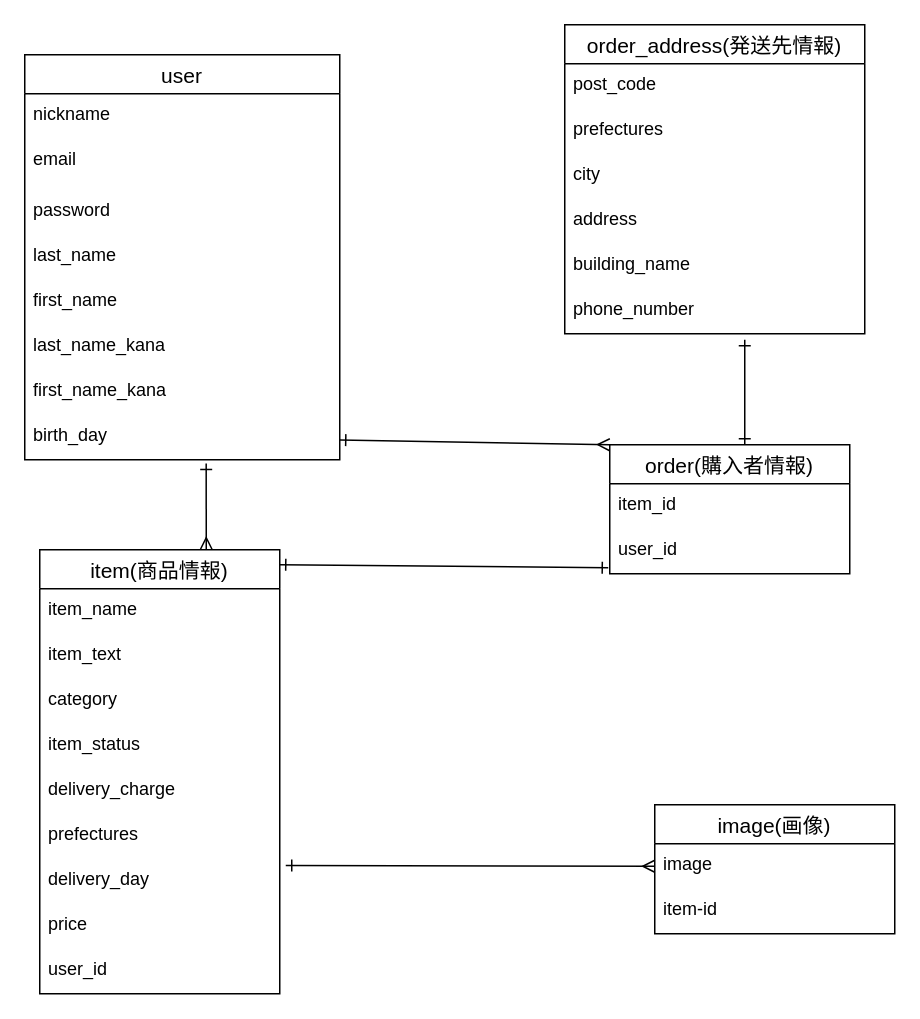
Before: furima.dio in roast000/furima-38246, a draw.io diagram. Source tidied: cells renumbered, new cells numbered last; positions are measured from the earlier drawing's top-left corner, leaving out a move shared by most shapes. Both pictures are drawn from the tidied source at 150%, with x=0, y=0 at pixel (24, 24).
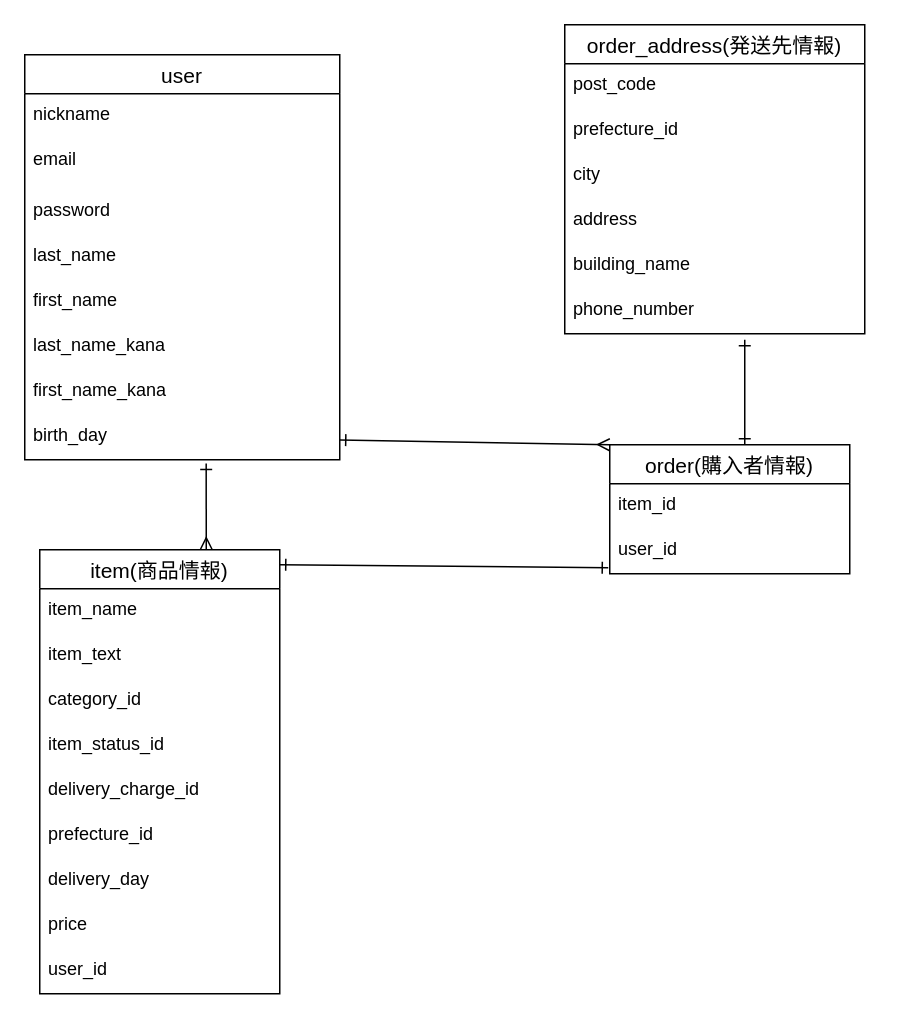
The same diagram, later.

Unchanged cells that the change refers to:
```xml
<mxCell id="11" value="item(商品情報)" style="swimlane;fontStyle=0;horizontal=1;startSize=26;align=center;fontSize=14;" parent="1" vertex="1">
  <mxGeometry x="10" y="350" width="160" height="296" as="geometry" />
</mxCell>
<mxCell id="18" value="delivery_day" style="text;strokeColor=none;fillColor=none;spacingLeft=4;spacingRight=4;overflow=hidden;points=[[0,0.5],[1,0.5]];portConstraint=eastwest;fontSize=12;" parent="11" vertex="1">
  <mxGeometry y="206" width="160" height="30" as="geometry" />
</mxCell>
<mxCell id="21" value="order_address(発送先情報)" style="swimlane;fontStyle=0;horizontal=1;startSize=26;align=center;fontSize=14;" parent="1" vertex="1">
  <mxGeometry x="360" width="200" height="206" as="geometry" />
</mxCell>
```

The edit, as a diff of the source:
```diff
@@
-    <mxCell id="14" value="category" style="text;strokeColor=none;fillColor=none;spacingLeft=4;spacingRight=4;overflow=hidden;fontSize=12;" parent="11" vertex="1">
+    <mxCell id="14" value="category_id" style="text;strokeColor=none;fillColor=none;spacingLeft=4;spacingRight=4;overflow=hidden;fontSize=12;" parent="11" vertex="1">
       <mxGeometry y="86" width="160" height="30" as="geometry" />
     </mxCell>
-    <mxCell id="15" value="item_status" style="text;strokeColor=none;fillColor=none;spacingLeft=4;spacingRight=4;overflow=hidden;fontSize=12;" parent="11" vertex="1">
+    <mxCell id="15" value="item_status_id" style="text;strokeColor=none;fillColor=none;spacingLeft=4;spacingRight=4;overflow=hidden;fontSize=12;" parent="11" vertex="1">
       <mxGeometry y="116" width="160" height="30" as="geometry" />
     </mxCell>
-    <mxCell id="16" value="delivery_charge" style="text;strokeColor=none;fillColor=none;spacingLeft=4;spacingRight=4;overflow=hidden;fontSize=12;" parent="11" vertex="1">
+    <mxCell id="16" value="delivery_charge_id" style="text;strokeColor=none;fillColor=none;spacingLeft=4;spacingRight=4;overflow=hidden;fontSize=12;" parent="11" vertex="1">
       <mxGeometry y="146" width="160" height="30" as="geometry" />
     </mxCell>
-    <mxCell id="17" value="prefectures" style="text;strokeColor=none;fillColor=none;spacingLeft=4;spacingRight=4;overflow=hidden;fontSize=12;" parent="11" vertex="1">
+    <mxCell id="17" value="prefecture_id" style="text;strokeColor=none;fillColor=none;spacingLeft=4;spacingRight=4;overflow=hidden;fontSize=12;" parent="11" vertex="1">
       <mxGeometry y="176" width="160" height="30" as="geometry" />
     </mxCell>
@@
-    <mxCell id="23" value="prefectures" style="text;strokeColor=none;fillColor=none;spacingLeft=4;spacingRight=4;overflow=hidden;fontSize=12;" parent="21" vertex="1">
+    <mxCell id="23" value="prefecture_id" style="text;strokeColor=none;fillColor=none;spacingLeft=4;spacingRight=4;overflow=hidden;fontSize=12;" parent="21" vertex="1">
       <mxGeometry y="56" width="200" height="30" as="geometry" />
     </mxCell>
@@
-    <mxCell id="29" value="image(画像)" style="swimlane;fontStyle=0;horizontal=1;startSize=26;align=center;fontSize=14;" parent="1" vertex="1">
-      <mxGeometry x="420" y="520" width="160" height="86" as="geometry" />
-    </mxCell>
-    <mxCell id="30" value="image" style="text;strokeColor=none;fillColor=none;spacingLeft=4;spacingRight=4;overflow=hidden;points=[[0,0.5],[1,0.5]];portConstraint=eastwest;fontSize=12;" parent="29" vertex="1">
-      <mxGeometry y="26" width="160" height="30" as="geometry" />
-    </mxCell>
-    <mxCell id="31" value="item-id" style="text;strokeColor=none;fillColor=none;spacingLeft=4;spacingRight=4;overflow=hidden;fontSize=12;" parent="29" vertex="1">
-      <mxGeometry y="56" width="160" height="30" as="geometry" />
-    </mxCell>
@@
-    <mxCell id="33" style="fontSize=12;html=1;endArrow=ERmany;startArrow=ERone;entryX=0;entryY=0.5;entryDx=0;entryDy=0;startFill=0;endFill=0;exitX=1.025;exitY=0.15;exitDx=0;exitDy=0;exitPerimeter=0;" parent="1" edge="1" source="18" target="30">
-      <mxGeometry relative="1" as="geometry" />
-    </mxCell>
```
